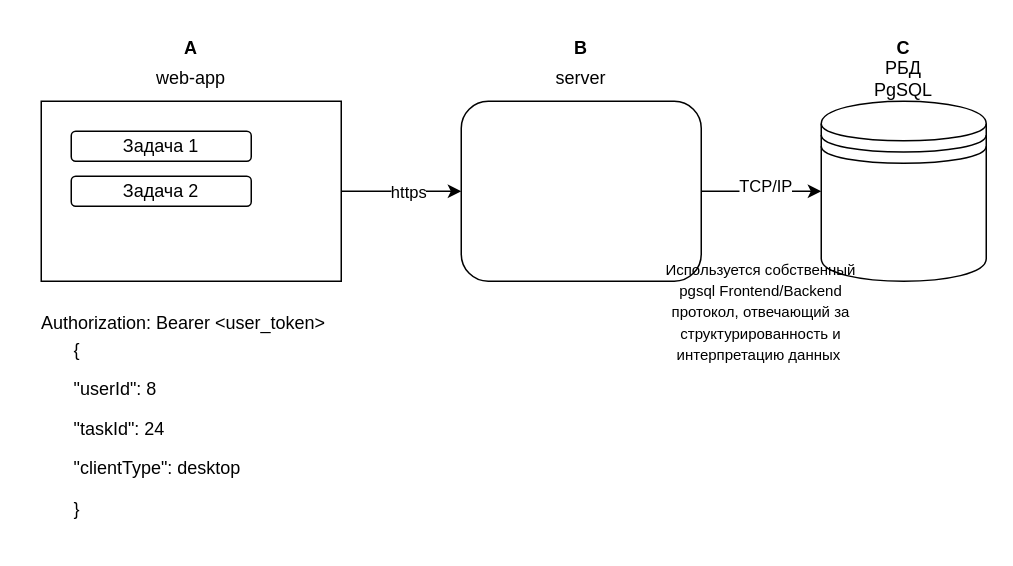
abdullahproff/BSA21_1 keeps this draw.io diagram as Novgorodov_Timofey/ex05_Architecture/ex05_Architecture.drawio. Above is the earlier version. Source tidied: cells renumbered, new cells numbered last; positions are measured from the earlier drawing's top-left corner, leaving out a move shared by most shapes. Both pictures are drawn from the tidied source at 150%, with x=0, y=0 at pixel (26, 26).
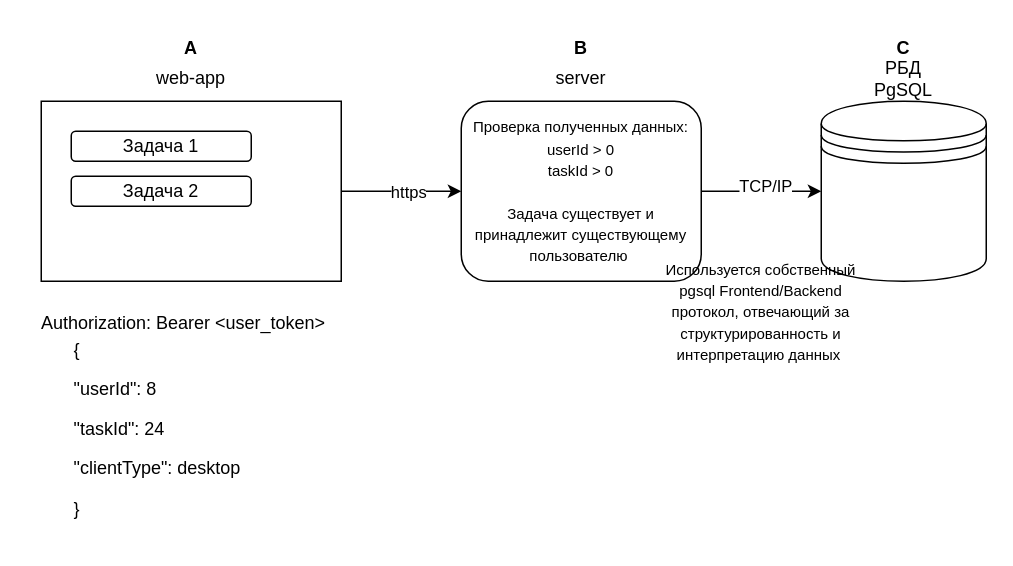
The same page after the edit.

What changed in the source:
```diff
@@
 <mxGraphModel background="#ffffff">
   <root>
     <mxCell id="0" />
     <mxCell id="1" parent="0" />
     <mxCell id="2" style="edgeStyle=orthogonalEdgeStyle;rounded=0;jettySize=auto;html=1;" parent="1" edge="1" source="4" target="9">
       <mxGeometry relative="1" as="geometry" />
     </mxCell>
     <mxCell id="3" value="https" style="edgeLabel;html=1;align=center;verticalAlign=middle;" parent="2" vertex="1">
       <mxGeometry x="0.09" relative="1" as="geometry" />
     </mxCell>
     <mxCell id="4" style="rounded=0;whiteSpace=wrap;html=1;" parent="1" vertex="1">
       <mxGeometry x="10" y="50" width="200" height="120" as="geometry" />
     </mxCell>
     <mxCell id="5" value="&lt;b&gt;А&lt;/b&gt;" style="text;html=1;align=center;verticalAlign=middle;whiteSpace=wrap;rounded=0;" parent="1" vertex="1">
       <mxGeometry x="80" width="60" height="30" as="geometry" />
     </mxCell>
     <mxCell id="6" value="web-app" style="text;html=1;align=center;verticalAlign=middle;whiteSpace=wrap;rounded=0;" parent="1" vertex="1">
       <mxGeometry x="80" y="20" width="60" height="30" as="geometry" />
     </mxCell>
     <mxCell id="7" style="edgeStyle=orthogonalEdgeStyle;rounded=0;jettySize=auto;html=1;" parent="1" edge="1" source="9" target="12">
       <mxGeometry relative="1" as="geometry" />
     </mxCell>
     <mxCell id="8" value="TCP/IP" style="edgeLabel;html=1;align=center;verticalAlign=middle;" parent="7" vertex="1">
       <mxGeometry x="0.06" y="4" relative="1" as="geometry" />
     </mxCell>
-    <mxCell id="9" style="rounded=1;whiteSpace=wrap;html=1;" parent="1" vertex="1">
+    <mxCell id="9" value="&lt;font style=&quot;font-size: 10px;&quot;&gt;Проверка полученных данных:&lt;br&gt;userId &amp;gt; 0&lt;br&gt;taskId &amp;gt; 0&lt;br&gt;&lt;br&gt;Задача существует и принадлежит существующему пользователю&amp;nbsp;&lt;/font&gt;" style="rounded=1;whiteSpace=wrap;html=1;" parent="1" vertex="1">
       <mxGeometry x="290" y="50" width="160" height="120" as="geometry" />
     </mxCell>
     <mxCell id="10" value="&lt;b&gt;B&lt;/b&gt;" style="text;html=1;align=center;verticalAlign=middle;whiteSpace=wrap;rounded=0;" parent="1" vertex="1">
       <mxGeometry x="340" width="60" height="30" as="geometry" />
     </mxCell>
     <mxCell id="11" value="server" style="text;html=1;align=center;verticalAlign=middle;whiteSpace=wrap;rounded=0;" parent="1" vertex="1">
       <mxGeometry x="340" y="20" width="60" height="30" as="geometry" />
     </mxCell>
     <mxCell id="12" style="shape=datastore;whiteSpace=wrap;html=1;" parent="1" vertex="1">
       <mxGeometry x="530" y="50" width="110" height="120" as="geometry" />
     </mxCell>
     <mxCell id="13" value="&lt;b&gt;C&lt;/b&gt;" style="text;html=1;align=center;verticalAlign=middle;whiteSpace=wrap;rounded=0;" parent="1" vertex="1">
       <mxGeometry x="555" width="60" height="30" as="geometry" />
     </mxCell>
     <mxCell id="14" value="РБД PgSQL" style="text;html=1;align=center;verticalAlign=middle;whiteSpace=wrap;rounded=0;" parent="1" vertex="1">
       <mxGeometry x="555" y="20" width="60" height="30" as="geometry" />
     </mxCell>
     <mxCell id="15" value="Задача 2" style="rounded=1;whiteSpace=wrap;html=1;" parent="1" vertex="1">
       <mxGeometry x="30" y="100" width="120" height="20" as="geometry" />
     </mxCell>
     <mxCell id="16" value="Задача 1" style="rounded=1;whiteSpace=wrap;html=1;" parent="1" vertex="1">
       <mxGeometry x="30" y="70" width="120" height="20" as="geometry" />
     </mxCell>
     <mxCell id="17" value="&lt;div&gt;Authorization: Bearer &amp;lt;user_token&amp;gt;&lt;/div&gt;&lt;div&gt;&lt;br&gt;&lt;/div&gt;" style="text;html=1;align=center;verticalAlign=middle;whiteSpace=wrap;rounded=0;" parent="1" vertex="1">
       <mxGeometry y="190" width="210" height="30" as="geometry" />
     </mxCell>
     <mxCell id="18" value="&lt;p&gt;{&lt;/p&gt;&lt;p&gt;&quot;userId&quot;: 8&lt;/p&gt;&lt;p&gt;&quot;taskId&quot;: 24&lt;/p&gt;&lt;p&gt;&quot;clientType&quot;: desktop &lt;/p&gt;&lt;p&gt;}&lt;/p&gt;" style="text;html=1;whiteSpace=wrap;overflow=hidden;rounded=0;" parent="1" vertex="1">
       <mxGeometry x="30" y="190" width="180" height="150" as="geometry" />
     </mxCell>
     <mxCell id="19" value="&lt;div style=&quot;&quot;&gt;&lt;span style=&quot;font-size: 10px; background-color: initial;&quot;&gt;Используется собственный pgsql Frontend/Backend протокол, отвечающий за структурированность и интерпретацию данных&amp;nbsp;&lt;/span&gt;&lt;/div&gt;" style="text;html=1;align=center;verticalAlign=middle;whiteSpace=wrap;rounded=0;" parent="1" vertex="1">
       <mxGeometry x="425" y="150" width="130" height="80" as="geometry" />
     </mxCell>
   </root>
 </mxGraphModel>
```
